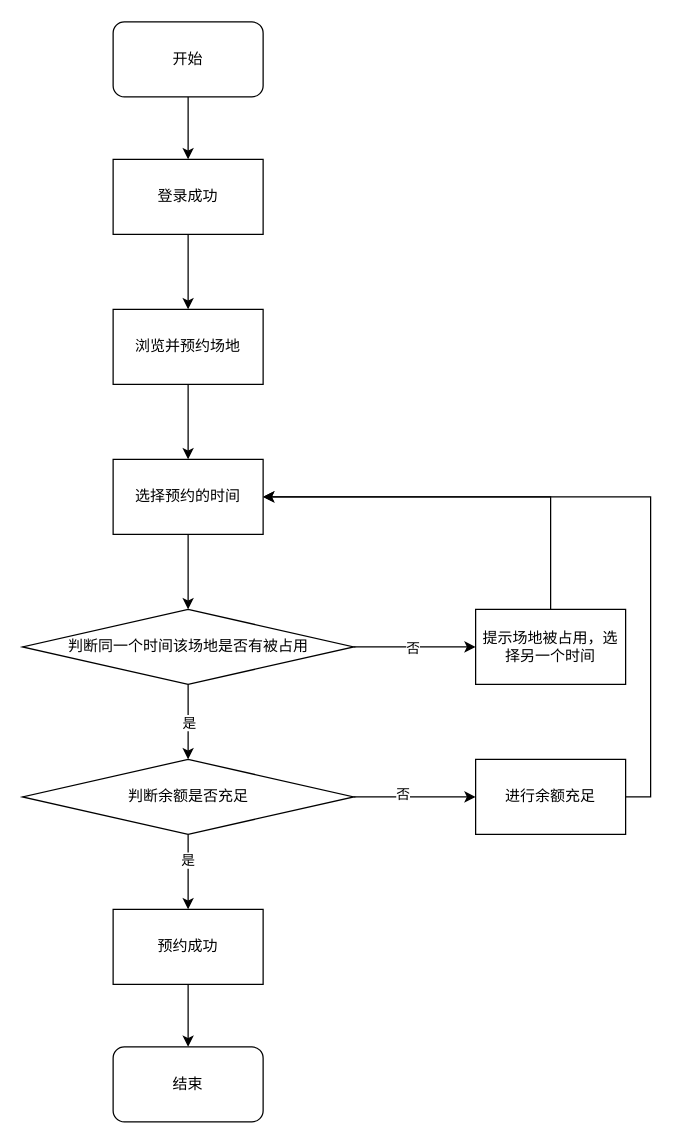
The draw.io diagram page "场地预约" (7 of 9) of 未命名绘图.drawio in 194568/test1, before the edit. Source tidied: cells renumbered, new cells numbered last; positions are measured from the earlier drawing's top-left corner, leaving out a move shared by most shapes. Both pictures are drawn from the tidied source at 125%, with x=0, y=0 at pixel (22, 21).
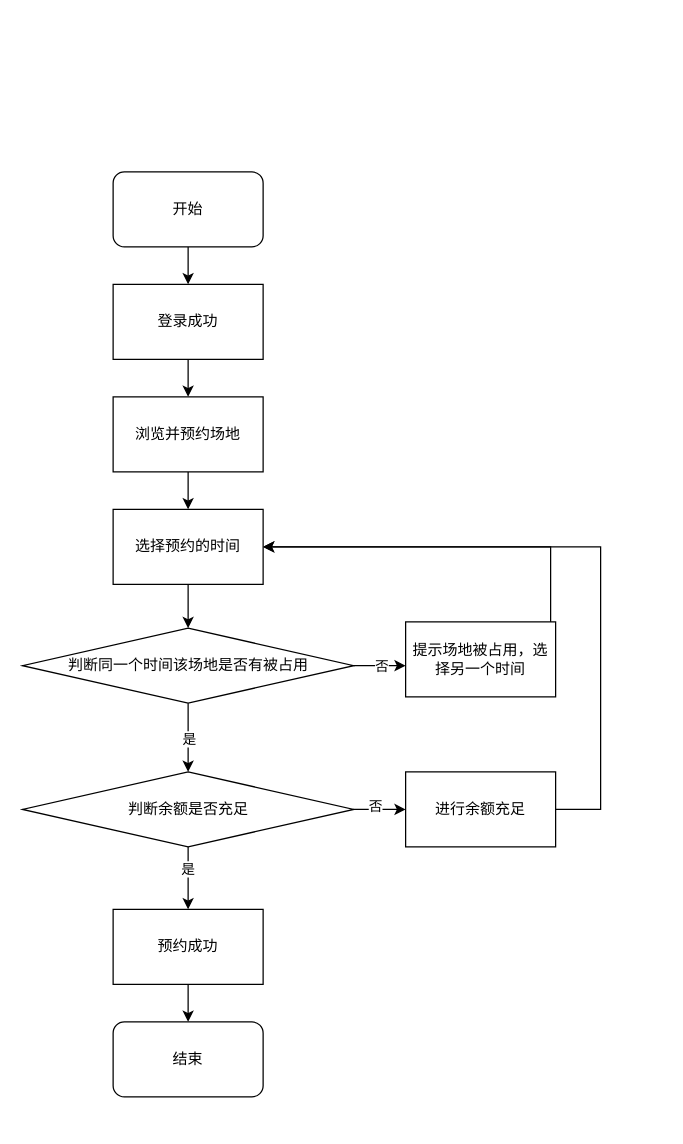
The same diagram, later.

Change to the diagram source:
```diff
@@
     <mxCell id="3" value="开始" style="rounded=1;whiteSpace=wrap;html=1;" parent="1" vertex="1">
-      <mxGeometry x="72" width="120" height="60" as="geometry" />
+      <mxGeometry x="72" y="120" width="120" height="60" as="geometry" />
     </mxCell>
-    <mxCell id="4" style="edgeStyle=orthogonalEdgeStyle;rounded=0;jettySize=auto;html=1;entryX=0.5;entryY=0;entryDx=0;entryDy=0;" parent="1" edge="1" source="19" target="10">
+    <mxCell id="4" style="edgeStyle=orthogonalEdgeStyle;rounded=0;jettySize=auto;html=1;entryX=0.5;entryY=0;entryDx=0;entryDy=0;exitX=0.5;exitY=1;exitDx=0;exitDy=0;" parent="1" edge="1" source="19" target="10">
       <mxGeometry relative="1" as="geometry" />
     </mxCell>
     <mxCell id="5" value="登录成功" style="rounded=0;whiteSpace=wrap;html=1;" parent="1" vertex="1">
-      <mxGeometry x="72" y="110" width="120" height="60" as="geometry" />
+      <mxGeometry x="72" y="210" width="120" height="60" as="geometry" />
     </mxCell>
@@
     <mxCell id="8" style="edgeStyle=orthogonalEdgeStyle;rounded=0;jettySize=auto;html=1;" parent="1" edge="1" source="10" target="15">
       <mxGeometry relative="1" as="geometry">
         <Array as="points">
-          <mxPoint x="252" y="500" />
+          <mxPoint x="252" y="510" />
         </Array>
       </mxGeometry>
     </mxCell>
@@
     <mxCell id="10" value="判断同一个时间该场地是否有被占用" style="rhombus;whiteSpace=wrap;html=1;" parent="1" vertex="1">
-      <mxGeometry x="-0.5" y="470" width="265" height="60" as="geometry" />
+      <mxGeometry x="-0.5" y="485" width="265" height="60" as="geometry" />
     </mxCell>
@@
     <mxCell id="13" value="结束" style="rounded=1;whiteSpace=wrap;html=1;" parent="1" vertex="1">
-      <mxGeometry x="72" y="820" width="120" height="60" as="geometry" />
+      <mxGeometry x="72" y="800" width="120" height="60" as="geometry" />
     </mxCell>
     <mxCell id="14" style="edgeStyle=orthogonalEdgeStyle;rounded=0;jettySize=auto;html=1;entryX=1;entryY=0.5;entryDx=0;entryDy=0;" parent="1" edge="1" source="15" target="19">
       <mxGeometry relative="1" as="geometry">
         <Array as="points">
-          <mxPoint x="422" y="380" />
+          <mxPoint x="422" y="420" />
         </Array>
       </mxGeometry>
     </mxCell>
     <mxCell id="15" value="提示场地被占用，选择另一个时间" style="whiteSpace=wrap;html=1;" parent="1" vertex="1">
-      <mxGeometry x="362" y="470" width="120" height="60" as="geometry" />
+      <mxGeometry x="306" y="480" width="120" height="60" as="geometry" />
     </mxCell>
@@
     <mxCell id="17" value="浏览并预约场地" style="whiteSpace=wrap;html=1;" parent="1" vertex="1">
-      <mxGeometry x="72" y="230" width="120" height="60" as="geometry" />
+      <mxGeometry x="72" y="300" width="120" height="60" as="geometry" />
     </mxCell>
@@
     <mxCell id="19" value="选择预约的时间" style="whiteSpace=wrap;html=1;" parent="1" vertex="1">
-      <mxGeometry x="72" y="350" width="120" height="60" as="geometry" />
+      <mxGeometry x="72" y="390" width="120" height="60" as="geometry" />
     </mxCell>
@@
     <mxCell id="24" value="判断余额是否充足" style="rhombus;whiteSpace=wrap;html=1;" parent="1" vertex="1">
-      <mxGeometry x="-0.5" y="590" width="265" height="60" as="geometry" />
+      <mxGeometry x="-0.5" y="600" width="265" height="60" as="geometry" />
     </mxCell>
     <mxCell id="25" style="edgeStyle=orthogonalEdgeStyle;rounded=0;jettySize=auto;html=1;entryX=1;entryY=0.5;entryDx=0;entryDy=0;exitX=1;exitY=0.5;exitDx=0;exitDy=0;" parent="1" edge="1" source="26" target="19">
       <mxGeometry relative="1" as="geometry">
         <Array as="points">
-          <mxPoint x="502" y="620" />
-          <mxPoint x="502" y="380" />
+          <mxPoint x="462" y="630" />
+          <mxPoint x="462" y="420" />
         </Array>
       </mxGeometry>
     </mxCell>
     <mxCell id="26" value="进行余额充足" style="whiteSpace=wrap;html=1;" parent="1" vertex="1">
-      <mxGeometry x="362" y="590" width="120" height="60" as="geometry" />
+      <mxGeometry x="306" y="600" width="120" height="60" as="geometry" />
     </mxCell>
```
